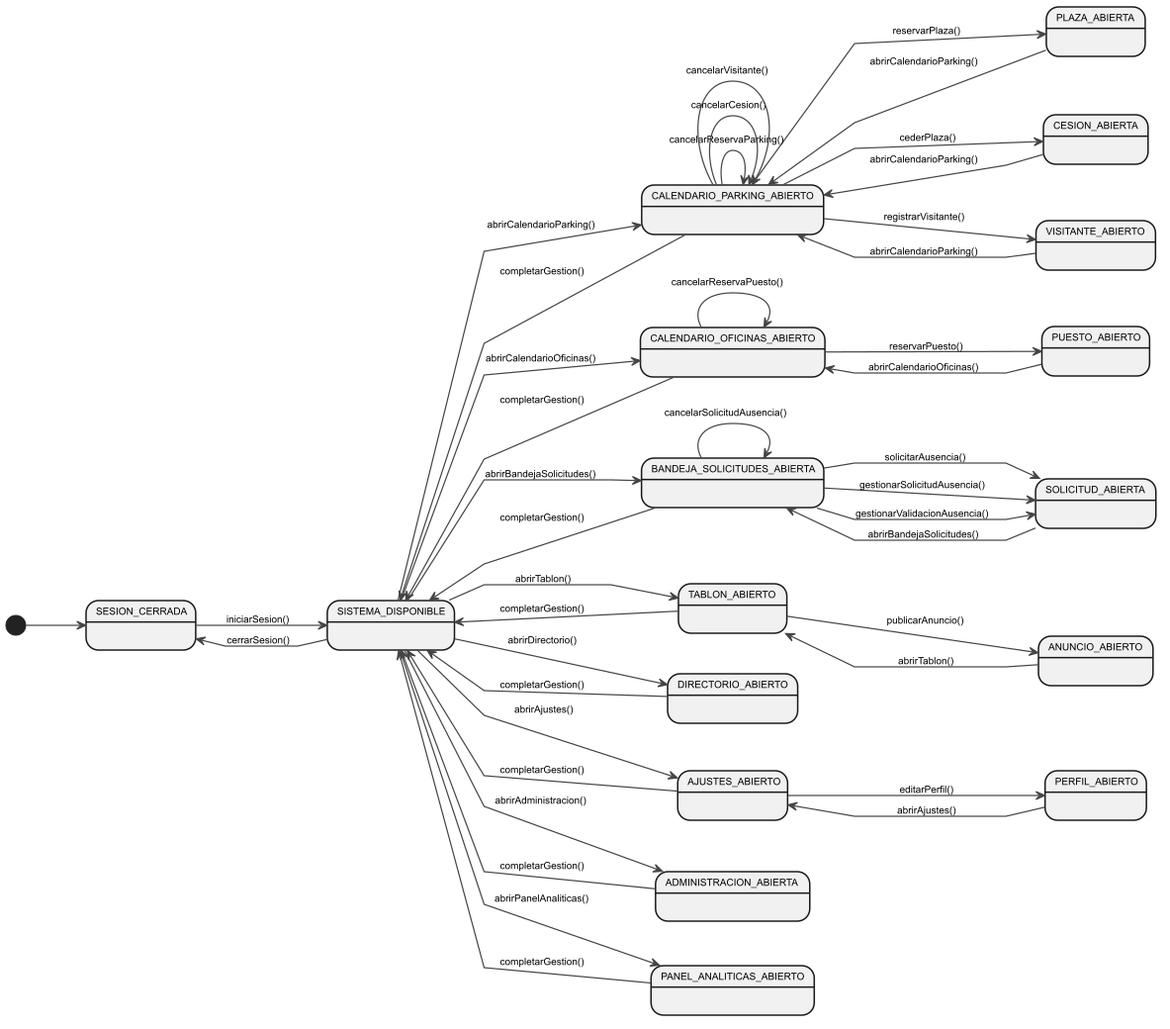
Above: modelosUML/png/contexto.png in lostal/seven-suite (PlantUML), before the change. Its source is kept beside it as modelosUML/puml/contexto.puml.
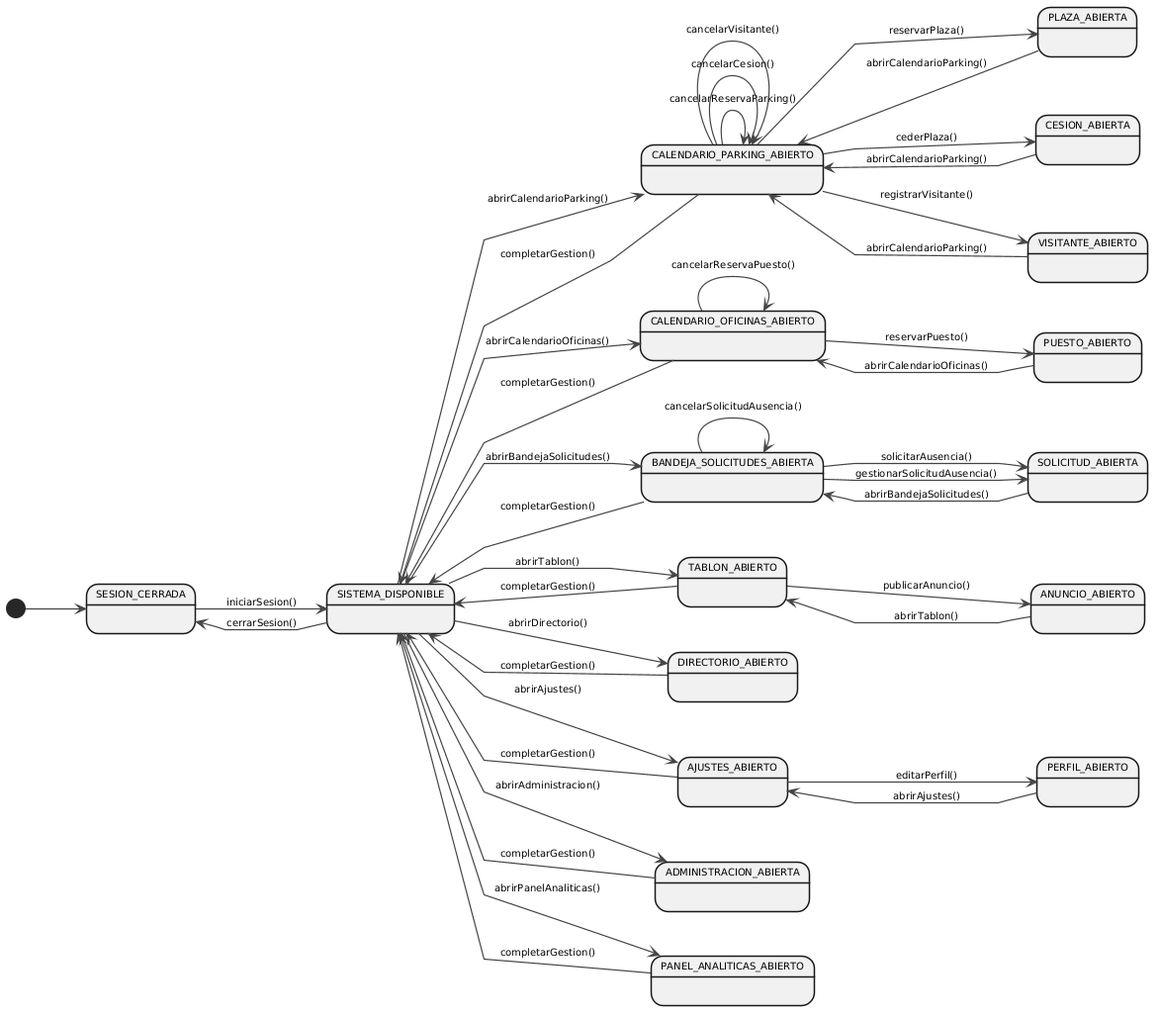
After the commit.

Diff of the diagram source:
```diff
@@ -1,4 +1,6 @@
 @startuml contexto
+
+skinparam backgroundColor #FFFFFF
 
 left to right direction
 skinparam linetype polyline
@@ -59,7 +61,6 @@
 
 Bandeja      --> EditSolicitud  : solicitarAusencia()
 Bandeja      --> EditSolicitud  : gestionarSolicitudAusencia()
-Bandeja      --> EditSolicitud  : gestionarValidacionAusencia()
 Bandeja      --> Bandeja        : cancelarSolicitudAusencia()
 
 EditSolicitud --> Bandeja       : abrirBandejaSolicitudes()
```
